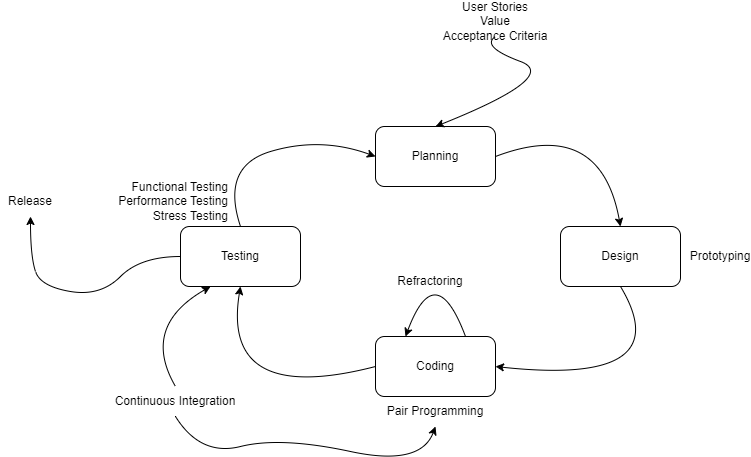
Above: XP.drawio.png in kaisunoo/Acads (draw.io), before the change. Source tidied: cells renumbered, new cells last; positions are measured from the earlier drawing's top-left corner, leaving out a move shared by most shapes.
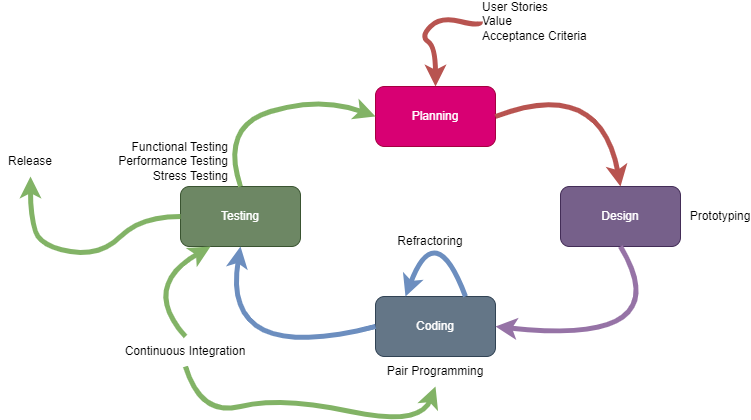
After the change.

What changed in the source:
```diff
@@ -2,19 +2,19 @@
   <root>
     <mxCell id="0" />
     <mxCell id="1" parent="0" />
-    <mxCell id="2" value="Planning" style="rounded=1;whiteSpace=wrap;html=1;" parent="1" vertex="1">
+    <mxCell id="2" value="Planning" style="rounded=1;whiteSpace=wrap;html=1;fillColor=#d80073;strokeColor=#A50040;fontColor=#ffffff;" parent="1" vertex="1">
       <mxGeometry x="375" y="120" width="120" height="60" as="geometry" />
     </mxCell>
-    <mxCell id="3" value="Design" style="rounded=1;whiteSpace=wrap;html=1;" parent="1" vertex="1">
+    <mxCell id="3" value="Design" style="rounded=1;whiteSpace=wrap;html=1;fillColor=#76608a;strokeColor=#432D57;fontColor=#ffffff;" parent="1" vertex="1">
       <mxGeometry x="560" y="220" width="120" height="60" as="geometry" />
     </mxCell>
-    <mxCell id="4" value="Coding" style="rounded=1;whiteSpace=wrap;html=1;" parent="1" vertex="1">
+    <mxCell id="4" value="Coding" style="rounded=1;whiteSpace=wrap;html=1;fillColor=#647687;strokeColor=#314354;fontColor=#ffffff;" parent="1" vertex="1">
       <mxGeometry x="375" y="330" width="120" height="60" as="geometry" />
     </mxCell>
-    <mxCell id="5" value="Testing" style="rounded=1;whiteSpace=wrap;html=1;" parent="1" vertex="1">
+    <mxCell id="5" value="Testing" style="rounded=1;whiteSpace=wrap;html=1;fillColor=#6d8764;strokeColor=#3A5431;fontColor=#ffffff;" parent="1" vertex="1">
       <mxGeometry x="180" y="220" width="120" height="60" as="geometry" />
     </mxCell>
-    <mxCell id="6" style="curved=1;endArrow=classic;html=1;rounded=0;entryX=0;entryY=0.5;entryDx=0;entryDy=0;exitX=0.5;exitY=0;exitDx=0;exitDy=0;" parent="1" edge="1" source="5" target="2">
+    <mxCell id="6" style="curved=1;endArrow=classic;html=1;rounded=0;entryX=0;entryY=0.5;entryDx=0;entryDy=0;exitX=0.5;exitY=0;exitDx=0;exitDy=0;strokeWidth=5;fillColor=#d5e8d4;strokeColor=#82b366;" parent="1" edge="1" source="5" target="2">
       <mxGeometry relative="1" as="geometry">
         <Array as="points">
           <mxPoint x="220" y="160" />
@@ -22,35 +22,35 @@
         </Array>
       </mxGeometry>
     </mxCell>
-    <mxCell id="7" style="curved=1;endArrow=classic;html=1;rounded=0;entryX=0.5;entryY=0;entryDx=0;entryDy=0;exitX=1;exitY=0.5;exitDx=0;exitDy=0;" parent="1" edge="1" source="2" target="3">
+    <mxCell id="7" style="curved=1;endArrow=classic;html=1;rounded=0;entryX=0.5;entryY=0;entryDx=0;entryDy=0;exitX=1;exitY=0.5;exitDx=0;exitDy=0;strokeWidth=5;fillColor=#f8cecc;strokeColor=#b85450;" parent="1" edge="1" source="2" target="3">
       <mxGeometry relative="1" as="geometry">
         <Array as="points">
           <mxPoint x="600" y="110" />
         </Array>
       </mxGeometry>
     </mxCell>
-    <mxCell id="8" style="curved=1;endArrow=classic;html=1;rounded=0;entryX=1;entryY=0.5;entryDx=0;entryDy=0;exitX=0.5;exitY=1;exitDx=0;exitDy=0;" parent="1" edge="1" source="3" target="4">
+    <mxCell id="8" style="curved=1;endArrow=classic;html=1;rounded=0;entryX=1;entryY=0.5;entryDx=0;entryDy=0;exitX=0.5;exitY=1;exitDx=0;exitDy=0;strokeWidth=5;fillColor=#e1d5e7;strokeColor=#9673a6;" parent="1" edge="1" source="3" target="4">
       <mxGeometry relative="1" as="geometry">
         <Array as="points">
           <mxPoint x="680" y="380" />
         </Array>
       </mxGeometry>
     </mxCell>
-    <mxCell id="9" style="curved=1;endArrow=classic;html=1;rounded=0;entryX=0.5;entryY=1;entryDx=0;entryDy=0;exitX=0;exitY=0.5;exitDx=0;exitDy=0;" parent="1" edge="1" source="4" target="5">
+    <mxCell id="9" style="curved=1;endArrow=classic;html=1;rounded=0;entryX=0.5;entryY=1;entryDx=0;entryDy=0;exitX=0;exitY=0.5;exitDx=0;exitDy=0;strokeWidth=5;fillColor=#dae8fc;strokeColor=#6c8ebf;" parent="1" edge="1" source="4" target="5">
       <mxGeometry relative="1" as="geometry">
         <Array as="points">
           <mxPoint x="220" y="400" />
         </Array>
       </mxGeometry>
     </mxCell>
-    <mxCell id="10" style="curved=1;endArrow=classic;html=1;rounded=0;entryX=0.25;entryY=0;entryDx=0;entryDy=0;exitX=0.75;exitY=0;exitDx=0;exitDy=0;" parent="1" edge="1" source="4" target="4">
+    <mxCell id="10" style="curved=1;endArrow=classic;html=1;rounded=0;entryX=0.25;entryY=0;entryDx=0;entryDy=0;exitX=0.75;exitY=0;exitDx=0;exitDy=0;strokeWidth=5;fillColor=#dae8fc;strokeColor=#6c8ebf;" parent="1" edge="1" source="4" target="4">
       <mxGeometry relative="1" as="geometry">
         <Array as="points">
           <mxPoint x="435" y="250" />
         </Array>
       </mxGeometry>
     </mxCell>
-    <mxCell id="11" style="curved=1;endArrow=classic;html=1;rounded=0;exitX=0;exitY=0.5;exitDx=0;exitDy=0;entryX=0.5;entryY=1;entryDx=0;entryDy=0;" parent="1" edge="1" source="5" target="18">
+    <mxCell id="11" style="curved=1;endArrow=classic;html=1;rounded=0;exitX=0;exitY=0.5;exitDx=0;exitDy=0;entryX=0.5;entryY=1;entryDx=0;entryDy=0;strokeWidth=5;fillColor=#d5e8d4;strokeColor=#82b366;" parent="1" edge="1" source="5" target="18">
       <mxGeometry relative="1" as="geometry">
         <Array as="points">
           <mxPoint x="140" y="250" />
@@ -60,25 +60,27 @@
         </Array>
       </mxGeometry>
     </mxCell>
-    <mxCell id="12" style="curved=1;endArrow=classic;html=1;rounded=0;entryX=0.5;entryY=0;entryDx=0;entryDy=0;exitX=0.5;exitY=1;exitDx=0;exitDy=0;" parent="1" edge="1" source="21" target="2">
+    <mxCell id="12" style="curved=1;endArrow=classic;html=1;rounded=0;entryX=0.5;entryY=0;entryDx=0;entryDy=0;strokeWidth=5;fillColor=#f8cecc;strokeColor=#b85450;exitX=0;exitY=0.5;exitDx=0;exitDy=0;" parent="1" edge="1" source="21" target="2">
       <mxGeometry relative="1" as="geometry">
         <Array as="points">
-          <mxPoint x="480" y="40" />
-          <mxPoint x="560" y="70" />
+          <mxPoint x="480" y="60" />
+          <mxPoint x="440" y="50" />
+          <mxPoint x="420" y="70" />
+          <mxPoint x="435" y="80" />
         </Array>
       </mxGeometry>
     </mxCell>
     <mxCell id="13" value="Continuous Integration" style="text;strokeColor=none;align=center;fillColor=none;html=1;verticalAlign=middle;whiteSpace=wrap;rounded=0;" parent="1" vertex="1">
-      <mxGeometry x="110" y="380" width="130" height="30" as="geometry" />
+      <mxGeometry x="120" y="370" width="130" height="30" as="geometry" />
     </mxCell>
-    <mxCell id="14" style="curved=1;endArrow=classic;html=1;rounded=0;entryX=0.25;entryY=1;entryDx=0;entryDy=0;exitX=0.5;exitY=0;exitDx=0;exitDy=0;" parent="1" edge="1" source="13" target="5">
+    <mxCell id="14" style="curved=1;endArrow=classic;html=1;rounded=0;entryX=0.25;entryY=1;entryDx=0;entryDy=0;exitX=0.5;exitY=0;exitDx=0;exitDy=0;strokeWidth=5;fillColor=#d5e8d4;strokeColor=#82b366;" parent="1" edge="1" source="13" target="5">
       <mxGeometry relative="1" as="geometry">
         <Array as="points">
           <mxPoint x="140" y="320" />
         </Array>
       </mxGeometry>
     </mxCell>
-    <mxCell id="15" style="curved=1;endArrow=classic;html=1;rounded=0;entryX=0.5;entryY=1;entryDx=0;entryDy=0;exitX=0.5;exitY=1;exitDx=0;exitDy=0;" parent="1" edge="1" source="13" target="16">
+    <mxCell id="15" style="curved=1;endArrow=classic;html=1;rounded=0;entryX=0.5;entryY=1;entryDx=0;entryDy=0;exitX=0.5;exitY=1;exitDx=0;exitDy=0;strokeWidth=5;fillColor=#d5e8d4;strokeColor=#82b366;" parent="1" edge="1" source="13" target="16">
       <mxGeometry relative="1" as="geometry">
         <Array as="points">
           <mxPoint x="200" y="450" />
@@ -102,8 +104,8 @@
     <mxCell id="20" value="Prototyping" style="text;strokeColor=none;align=center;fillColor=none;html=1;verticalAlign=middle;whiteSpace=wrap;rounded=0;" parent="1" vertex="1">
       <mxGeometry x="690" y="235" width="60" height="30" as="geometry" />
     </mxCell>
-    <mxCell id="21" value="User Stories&lt;div&gt;Value&lt;/div&gt;&lt;div&gt;Acceptance Criteria&lt;/div&gt;" style="text;strokeColor=none;align=center;fillColor=none;html=1;verticalAlign=middle;whiteSpace=wrap;rounded=0;" parent="1" vertex="1">
-      <mxGeometry x="430" width="130" height="30" as="geometry" />
+    <mxCell id="21" value="User Stories&lt;div&gt;Value&lt;/div&gt;&lt;div&gt;Acceptance Criteria&lt;/div&gt;" style="text;strokeColor=none;align=left;fillColor=none;html=1;verticalAlign=middle;whiteSpace=wrap;rounded=0;" parent="1" vertex="1">
+      <mxGeometry x="480" y="40" width="130" height="30" as="geometry" />
     </mxCell>
   </root>
 </mxGraphModel>
```
